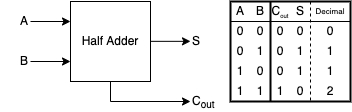
Earlier version of the draw.io export assets/images/2021-12-21-verilogHDL_chapter3_combinational_logic/시스템_반도체_설계_3장-figure_15.drawio.png (ParkDongho/ParkDongho.github.io). Source tidied: cells renumbered, new cells last; positions are measured from the earlier drawing's top-left corner, leaving out a move shared by most shapes.
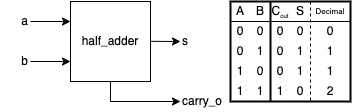
Later version of the same file.

Diff of the diagram source:
```diff
@@ -4,13 +4,13 @@
     <mxCell id="1" parent="0" />
     <mxCell id="2" style="edgeStyle=orthogonalEdgeStyle;rounded=0;jettySize=auto;html=1;exitX=0.5;exitY=1;exitDx=0;exitDy=0;fontSize=12;" parent="1" edge="1" source="3">
       <mxGeometry relative="1" as="geometry">
-        <mxPoint x="190" y="100" as="targetPoint" />
+        <mxPoint x="180" y="100" as="targetPoint" />
         <Array as="points">
           <mxPoint x="110" y="100" />
         </Array>
       </mxGeometry>
     </mxCell>
-    <mxCell id="3" value="Half Adder" style="rounded=0;whiteSpace=wrap;html=1;fontSize=12;fillColor=none;" parent="1" vertex="1">
+    <mxCell id="3" value="half_adder" style="rounded=0;whiteSpace=wrap;html=1;fontSize=12;fillColor=none;" parent="1" vertex="1">
       <mxGeometry x="70" width="80" height="80" as="geometry" />
     </mxCell>
     <mxCell id="4" style="endArrow=classic;html=1;rounded=0;fontSize=12;" parent="1" edge="1">
@@ -28,14 +28,14 @@
     <mxCell id="6" style="endArrow=classic;html=1;rounded=0;fontSize=12;" parent="1" edge="1">
       <mxGeometry relative="1" as="geometry">
         <mxPoint x="150" y="39.8" as="sourcePoint" />
-        <mxPoint x="190" y="39.8" as="targetPoint" />
+        <mxPoint x="180" y="40" as="targetPoint" />
       </mxGeometry>
     </mxCell>
-    <mxCell id="7" value="S" style="text;html=1;strokeColor=none;fillColor=none;align=left;verticalAlign=middle;whiteSpace=wrap;rounded=0;fontSize=12;" parent="1" vertex="1">
-      <mxGeometry x="190" y="30" width="30" height="20" as="geometry" />
+    <mxCell id="7" value="s" style="text;html=1;strokeColor=none;fillColor=none;align=left;verticalAlign=middle;whiteSpace=wrap;rounded=0;fontSize=12;" parent="1" vertex="1">
+      <mxGeometry x="180" y="30" width="30" height="20" as="geometry" />
     </mxCell>
-    <mxCell id="8" value="C&lt;sub&gt;out&lt;/sub&gt;" style="text;html=1;strokeColor=none;fillColor=none;align=left;verticalAlign=middle;whiteSpace=wrap;rounded=0;fontSize=12;" parent="1" vertex="1">
-      <mxGeometry x="190" y="90" width="30" height="20" as="geometry" />
+    <mxCell id="8" value="carry_o" style="text;html=1;strokeColor=none;fillColor=none;align=left;verticalAlign=middle;whiteSpace=wrap;rounded=0;fontSize=12;" parent="1" vertex="1">
+      <mxGeometry x="180" y="90" width="30" height="20" as="geometry" />
     </mxCell>
     <mxCell id="9" value="A" style="text;html=1;strokeColor=none;fillColor=none;align=center;verticalAlign=middle;whiteSpace=wrap;rounded=0;fontSize=12;" parent="1" vertex="1">
       <mxGeometry x="230" width="20" height="20" as="geometry" />
@@ -110,10 +110,10 @@
         <mxPoint x="270" as="sourcePoint" />
       </mxGeometry>
     </mxCell>
-    <mxCell id="32" value="A" style="text;html=1;strokeColor=none;fillColor=none;align=right;verticalAlign=middle;whiteSpace=wrap;rounded=0;fontSize=12;" parent="1" vertex="1">
+    <mxCell id="32" value="a" style="text;html=1;strokeColor=none;fillColor=none;align=right;verticalAlign=middle;whiteSpace=wrap;rounded=0;fontSize=12;" parent="1" vertex="1">
       <mxGeometry y="10" width="30" height="20" as="geometry" />
     </mxCell>
-    <mxCell id="33" value="B" style="text;html=1;strokeColor=none;fillColor=none;align=right;verticalAlign=middle;whiteSpace=wrap;rounded=0;fontSize=12;" parent="1" vertex="1">
+    <mxCell id="33" value="b" style="text;html=1;strokeColor=none;fillColor=none;align=right;verticalAlign=middle;whiteSpace=wrap;rounded=0;fontSize=12;" parent="1" vertex="1">
       <mxGeometry y="50" width="30" height="20" as="geometry" />
     </mxCell>
     <mxCell id="34" style="rounded=0;whiteSpace=wrap;html=1;fontSize=6;fillColor=none;strokeWidth=2;" parent="1" vertex="1">
```
